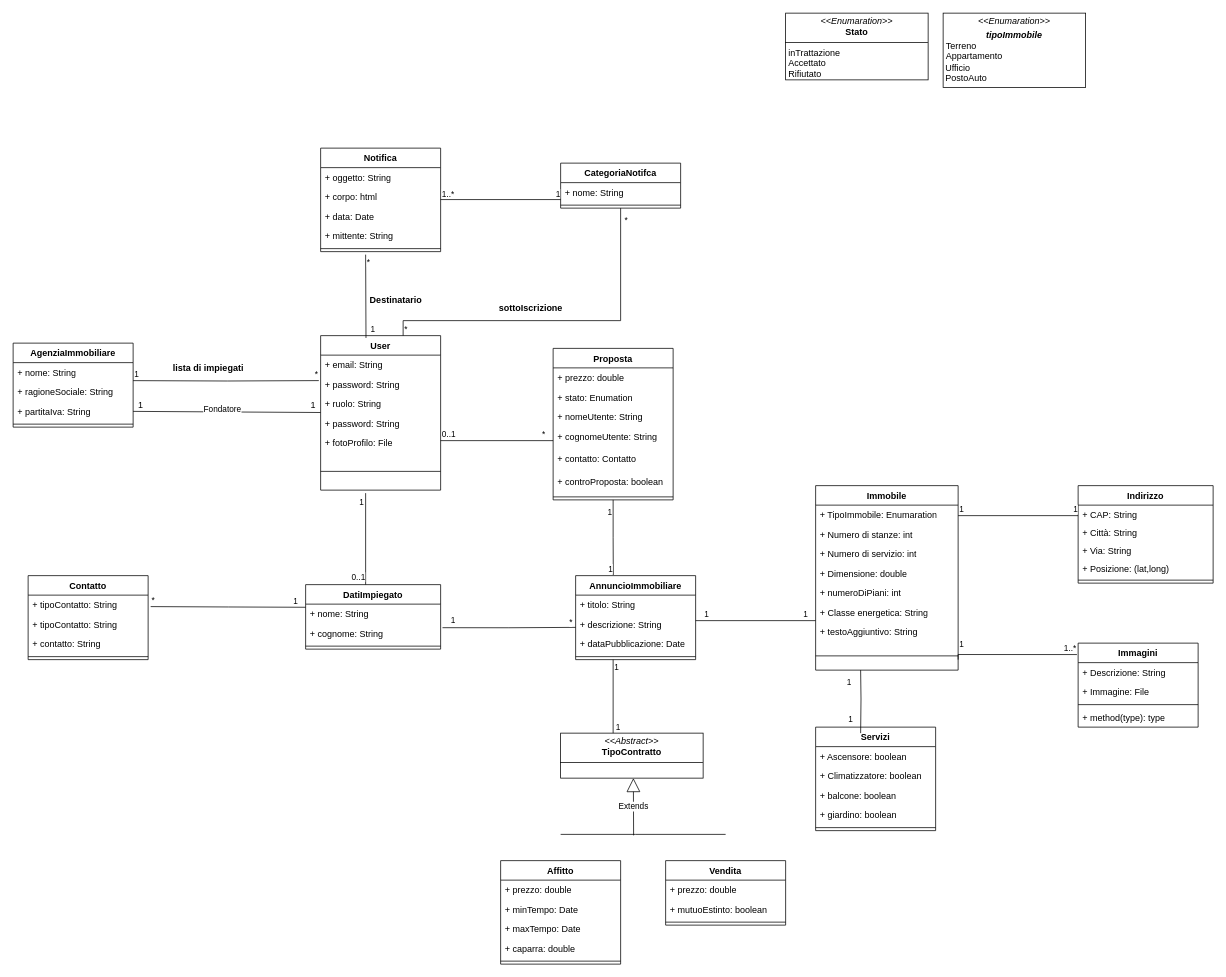
Above: diagrammi/diagramma delle classi.drawio in Sperob98/Documentazione-DietiEstates25 (draw.io), before the change. Source tidied: cells renumbered, new cells numbered last; positions are measured from the earlier drawing's top-left corner, leaving out a move shared by most shapes. Both pictures are drawn from the tidied source at 75%, with x=0, y=0 at pixel (13, 13).
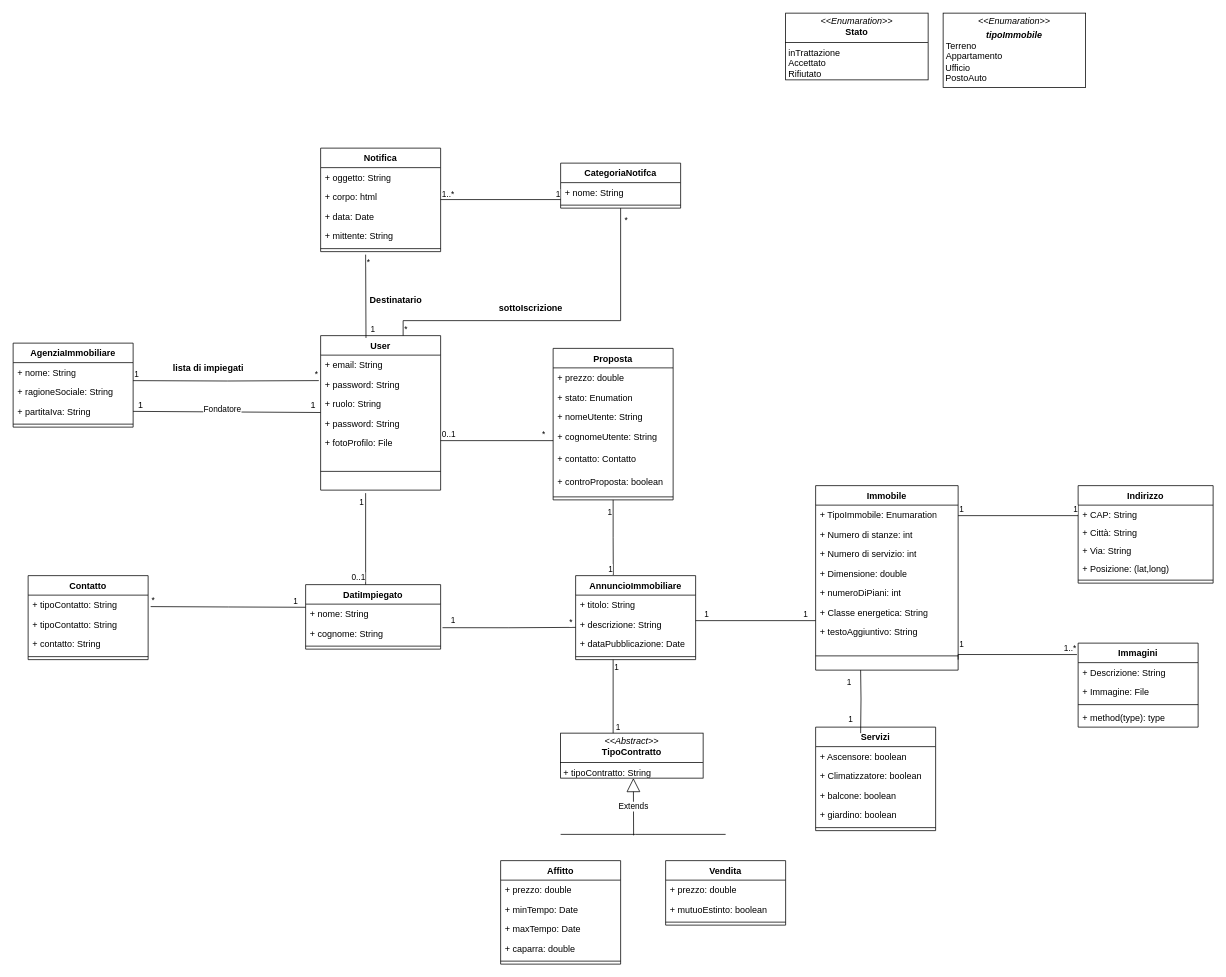
The same diagram, later.

Diff of the diagram source:
```diff
@@
-    <mxCell id="35" value="&lt;p style=&quot;margin:0px;margin-top:4px;text-align:center;&quot;&gt;&lt;i&gt;&amp;lt;&amp;lt;Abstract&amp;gt;&amp;gt;&lt;/i&gt;&lt;br&gt;&lt;b&gt;TipoContratto&lt;/b&gt;&lt;/p&gt;&lt;hr size=&quot;1&quot; style=&quot;border-style:solid;&quot;&gt;&lt;p style=&quot;margin:0px;margin-left:4px;&quot;&gt;&lt;br&gt;&lt;/p&gt;" style="verticalAlign=top;align=left;overflow=fill;html=1;whiteSpace=wrap;" parent="1" vertex="1">
+    <mxCell id="35" value="&lt;p style=&quot;margin:0px;margin-top:4px;text-align:center;&quot;&gt;&lt;i&gt;&amp;lt;&amp;lt;Abstract&amp;gt;&amp;gt;&lt;/i&gt;&lt;br&gt;&lt;b&gt;TipoContratto&lt;/b&gt;&lt;/p&gt;&lt;hr size=&quot;1&quot; style=&quot;border-style:solid;&quot;&gt;&lt;p style=&quot;margin:0px;margin-left:4px;&quot;&gt;+ tipoContratto: String&lt;/p&gt;" style="verticalAlign=top;align=left;overflow=fill;html=1;whiteSpace=wrap;" parent="1" vertex="1">
       <mxGeometry x="730" y="960" width="190" height="60" as="geometry" />
     </mxCell>
```
